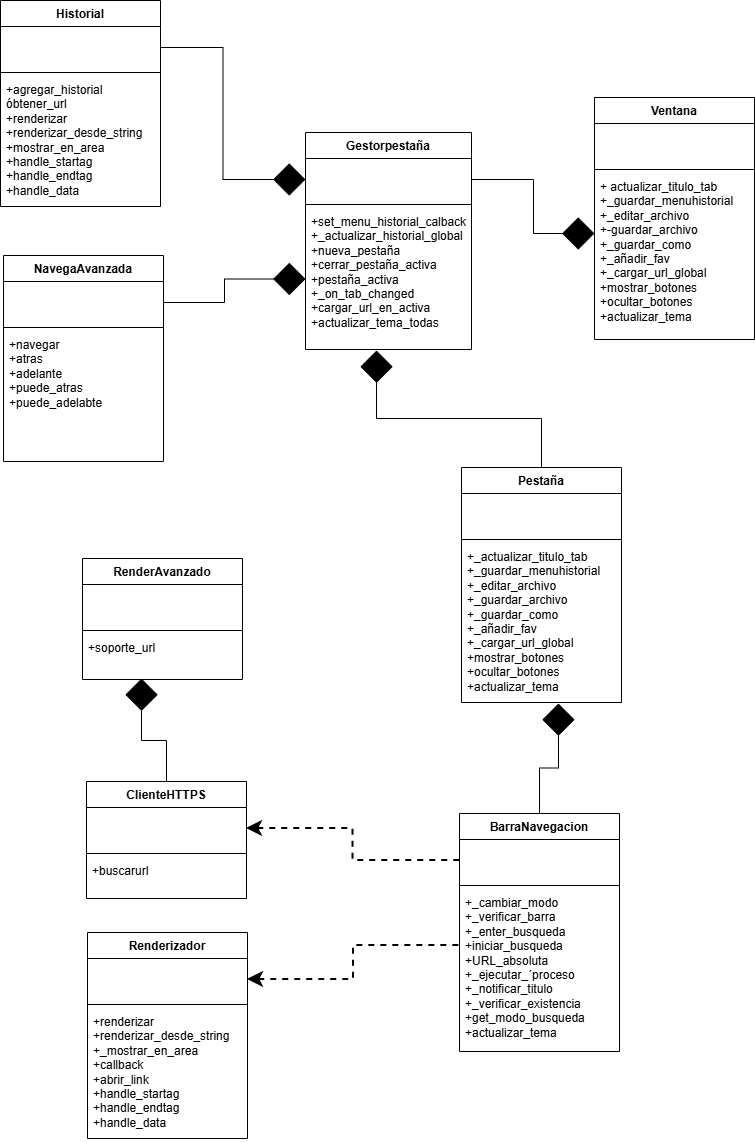
Earlier version of the draw.io export diagrama de clases unidad 3 proyecto.png (JoaquinUreta/agentes-del-mossad). Source tidied: cells renumbered, new cells last; positions are measured from the earlier drawing's top-left corner, leaving out a move shared by most shapes.
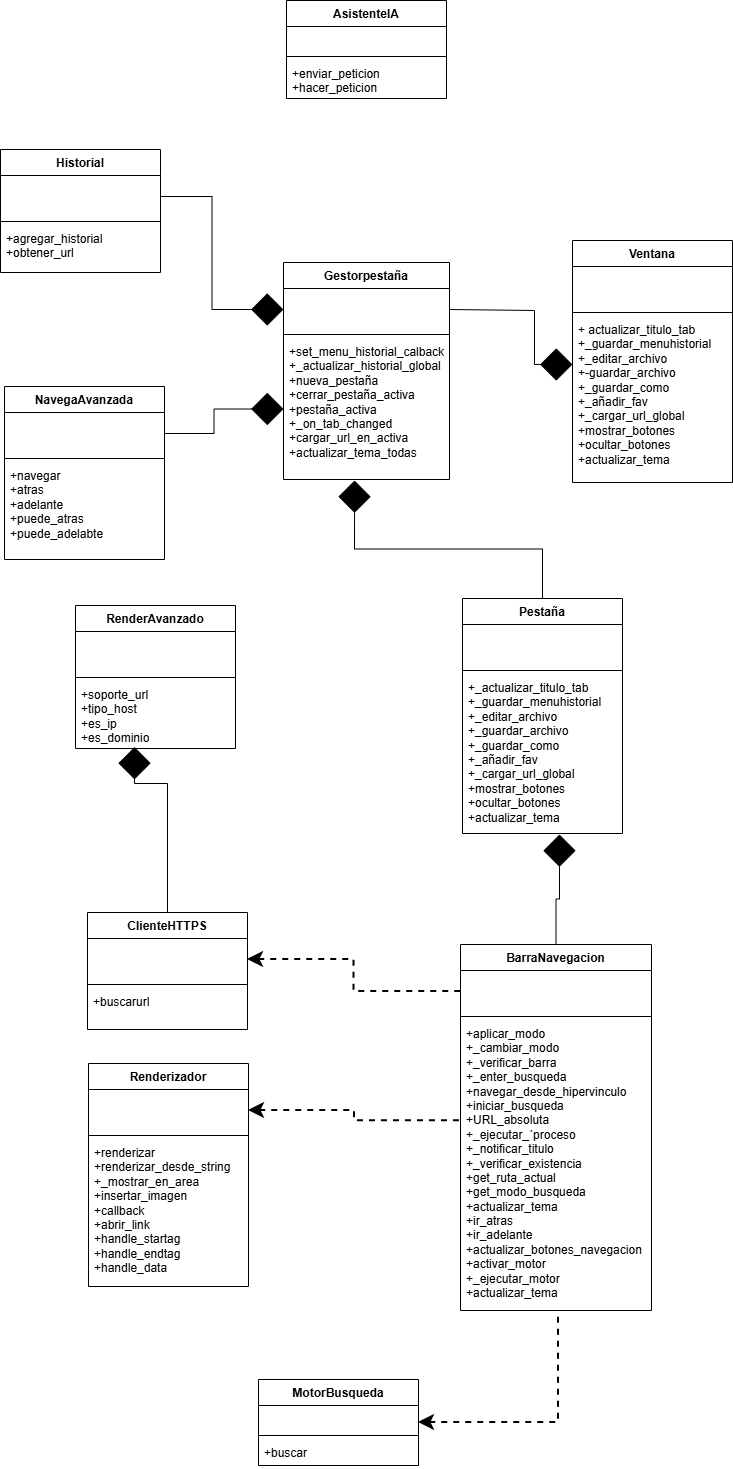
Above is the later version.

Commit message:
Actualizacion Diagrama clases,Mejoras Boton MotorBusqueda

Diff of the diagram source:
```diff
@@ -11,7 +11,7 @@
       </mxGeometry>
     </mxCell>
     <mxCell id="3" value="Ventana" style="swimlane;fontStyle=1;align=center;verticalAlign=top;horizontal=1;startSize=26;whiteSpace=wrap;html=1;" parent="1" vertex="1">
-      <mxGeometry x="594" y="97" width="160" height="242" as="geometry" />
+      <mxGeometry x="571" y="109" width="160" height="242" as="geometry" />
     </mxCell>
     <mxCell id="4" value="&lt;div&gt;&lt;br&gt;&lt;/div&gt;&lt;div&gt;&lt;br&gt;&lt;/div&gt;" style="text;strokeColor=none;fillColor=none;align=left;verticalAlign=top;spacingLeft=4;spacingRight=4;overflow=hidden;whiteSpace=wrap;html=1;" parent="3" vertex="1">
       <mxGeometry y="26" width="160" height="42" as="geometry" />
@@ -23,7 +23,7 @@
       <mxGeometry y="76" width="160" height="166" as="geometry" />
     </mxCell>
     <mxCell id="7" value="Gestorpestaña" style="swimlane;fontStyle=1;align=center;verticalAlign=top;horizontal=1;startSize=26;whiteSpace=wrap;html=1;" parent="1" vertex="1">
-      <mxGeometry x="305" y="132" width="166" height="217" as="geometry" />
+      <mxGeometry x="282" y="131" width="166" height="217" as="geometry" />
     </mxCell>
     <mxCell id="8" value="&lt;div&gt;&lt;br&gt;&lt;/div&gt;&lt;div&gt;&lt;br&gt;&lt;/div&gt;" style="text;strokeColor=none;fillColor=none;align=left;verticalAlign=top;spacingLeft=4;spacingRight=4;overflow=hidden;points=[[0,0.5],[1,0.5]];portConstraint=eastwest;whiteSpace=wrap;html=1;" parent="7" vertex="1">
       <mxGeometry y="26" width="166" height="42" as="geometry" />
@@ -47,19 +47,19 @@
       <mxGeometry y="76" width="160" height="159" as="geometry" />
     </mxCell>
     <mxCell id="15" value="BarraNavegacion" style="swimlane;fontStyle=1;align=center;verticalAlign=top;horizontal=1;startSize=26;whiteSpace=wrap;html=1;" parent="1" vertex="1">
-      <mxGeometry x="459" y="813" width="160" height="238" as="geometry" />
+      <mxGeometry x="459" y="813" width="191" height="366" as="geometry" />
     </mxCell>
     <mxCell id="16" value="&lt;div&gt;&lt;br&gt;&lt;/div&gt;&lt;div&gt;&lt;br&gt;&lt;/div&gt;" style="text;strokeColor=none;fillColor=none;align=left;verticalAlign=top;spacingLeft=4;spacingRight=4;overflow=hidden;points=[[0,0.5],[1,0.5]];portConstraint=eastwest;whiteSpace=wrap;html=1;" parent="15" vertex="1">
-      <mxGeometry y="26" width="160" height="42" as="geometry" />
+      <mxGeometry y="26" width="191" height="42" as="geometry" />
     </mxCell>
     <mxCell id="17" style="line;strokeWidth=1;fillColor=none;align=left;verticalAlign=middle;spacingTop=-1;spacingLeft=3;spacingRight=3;labelPosition=right;strokeColor=inherit;" parent="15" vertex="1">
-      <mxGeometry y="68" width="160" height="8" as="geometry" />
+      <mxGeometry y="68" width="191" height="8" as="geometry" />
     </mxCell>
-    <mxCell id="18" value="&lt;div&gt;+_cambiar_modo&lt;/div&gt;&lt;div&gt;+_verificar_barra&lt;/div&gt;&lt;div&gt;+_enter_busqueda&lt;/div&gt;&lt;div&gt;+iniciar_busqueda&lt;/div&gt;&lt;div&gt;+URL_absoluta&lt;/div&gt;&lt;div&gt;+_ejecutar_´proceso&lt;/div&gt;&lt;div&gt;+_notificar_titulo&lt;/div&gt;&lt;div&gt;+_verificar_existencia&lt;/div&gt;&lt;div&gt;+get_modo_busqueda&lt;/div&gt;&lt;div&gt;+actualizar_tema&lt;/div&gt;" style="text;strokeColor=none;fillColor=none;align=left;verticalAlign=top;spacingLeft=4;spacingRight=4;overflow=hidden;points=[[0,0.5],[1,0.5]];portConstraint=eastwest;whiteSpace=wrap;html=1;" parent="15" vertex="1">
-      <mxGeometry y="76" width="160" height="162" as="geometry" />
+    <mxCell id="18" value="&lt;div&gt;+aplicar_modo&lt;/div&gt;&lt;div&gt;+_cambiar_modo&lt;/div&gt;&lt;div&gt;+_verificar_barra&lt;/div&gt;&lt;div&gt;+_enter_busqueda&lt;/div&gt;&lt;div&gt;&lt;span style=&quot;background-color: transparent; color: light-dark(rgb(0, 0, 0), rgb(255, 255, 255));&quot;&gt;+navegar_desde_hipervinculo&lt;/span&gt;&lt;/div&gt;&lt;div&gt;&lt;div&gt;+iniciar_busqueda&lt;/div&gt;&lt;/div&gt;&lt;div&gt;+URL_absoluta&lt;/div&gt;&lt;div&gt;+_ejecutar_´proceso&lt;/div&gt;&lt;div&gt;+_notificar_titulo&lt;/div&gt;&lt;div&gt;+_verificar_existencia&lt;/div&gt;&lt;div&gt;+get_ruta_actual&lt;/div&gt;&lt;div&gt;+get_modo_busqueda&lt;/div&gt;&lt;div&gt;+actualizar_tema&lt;/div&gt;&lt;div&gt;+ir_atras&lt;/div&gt;&lt;div&gt;+ir_adelante&lt;/div&gt;&lt;div&gt;+actualizar_botones_navegacion&lt;/div&gt;&lt;div&gt;+activar_motor&lt;/div&gt;&lt;div&gt;+_ejecutar_motor&lt;/div&gt;&lt;div&gt;+actualizar_tema&lt;/div&gt;&lt;div&gt;&lt;br&gt;&lt;/div&gt;" style="text;strokeColor=none;fillColor=none;align=left;verticalAlign=top;spacingLeft=4;spacingRight=4;overflow=hidden;points=[[0,0.5],[1,0.5]];portConstraint=eastwest;whiteSpace=wrap;html=1;" parent="15" vertex="1">
+      <mxGeometry y="76" width="191" height="290" as="geometry" />
     </mxCell>
     <mxCell id="19" value="Historial" style="swimlane;fontStyle=1;align=center;verticalAlign=top;horizontal=1;startSize=26;whiteSpace=wrap;html=1;" parent="1" vertex="1">
-      <mxGeometry width="160" height="206" as="geometry" />
+      <mxGeometry x="-1" y="18" width="160" height="123" as="geometry" />
     </mxCell>
     <mxCell id="20" value="&lt;div&gt;&lt;br&gt;&lt;/div&gt;&lt;div&gt;&lt;br&gt;&lt;/div&gt;" style="text;strokeColor=none;fillColor=none;align=left;verticalAlign=top;spacingLeft=4;spacingRight=4;overflow=hidden;points=[[0,0.5],[1,0.5]];portConstraint=eastwest;whiteSpace=wrap;html=1;" parent="19" vertex="1">
       <mxGeometry y="26" width="160" height="42" as="geometry" />
@@ -67,8 +67,8 @@
     <mxCell id="21" style="line;strokeWidth=1;fillColor=none;align=left;verticalAlign=middle;spacingTop=-1;spacingLeft=3;spacingRight=3;labelPosition=right;strokeColor=inherit;" parent="19" vertex="1">
       <mxGeometry y="68" width="160" height="8" as="geometry" />
     </mxCell>
-    <mxCell id="22" value="&lt;div&gt;+agregar_historial&lt;/div&gt;&lt;div&gt;óbtener_url&lt;/div&gt;&lt;div&gt;+renderizar&lt;/div&gt;&lt;div&gt;+renderizar_desde_string&lt;/div&gt;&lt;div&gt;+mostrar_en_area&lt;/div&gt;&lt;div&gt;+&lt;span style=&quot;background-color: transparent; color: light-dark(rgb(0, 0, 0), rgb(255, 255, 255));&quot;&gt;handle_startag&lt;/span&gt;&lt;/div&gt;&lt;div&gt;+&lt;span style=&quot;color: light-dark(rgb(0, 0, 0), rgb(255, 255, 255)); background-color: transparent;&quot;&gt;handle_endtag&lt;/span&gt;&lt;span style=&quot;background-color: transparent; color: light-dark(rgb(0, 0, 0), rgb(255, 255, 255));&quot;&gt;&lt;/span&gt;&lt;/div&gt;&lt;div&gt;+&lt;span style=&quot;color: light-dark(rgb(0, 0, 0), rgb(255, 255, 255)); background-color: transparent;&quot;&gt;handle_data&lt;/span&gt;&lt;span style=&quot;color: light-dark(rgb(0, 0, 0), rgb(255, 255, 255)); background-color: transparent;&quot;&gt;&lt;/span&gt;&lt;/div&gt;" style="text;strokeColor=none;fillColor=none;align=left;verticalAlign=top;spacingLeft=4;spacingRight=4;overflow=hidden;whiteSpace=wrap;html=1;" parent="19" vertex="1">
-      <mxGeometry y="76" width="160" height="130" as="geometry" />
+    <mxCell id="22" value="&lt;div&gt;+agregar_historial&lt;/div&gt;&lt;div&gt;+obtener_url&lt;/div&gt;" style="text;strokeColor=none;fillColor=none;align=left;verticalAlign=top;spacingLeft=4;spacingRight=4;overflow=hidden;whiteSpace=wrap;html=1;" parent="19" vertex="1">
+      <mxGeometry y="76" width="160" height="47" as="geometry" />
     </mxCell>
     <mxCell id="23" value="ClienteHTTPS" style="swimlane;fontStyle=1;align=center;verticalAlign=top;horizontal=1;startSize=26;whiteSpace=wrap;html=1;" parent="1" vertex="1">
       <mxGeometry x="86" y="781" width="160" height="117" as="geometry" />
@@ -83,7 +83,7 @@
       <mxGeometry y="76" width="160" height="41" as="geometry" />
     </mxCell>
     <mxCell id="27" value="Renderizador" style="swimlane;fontStyle=1;align=center;verticalAlign=top;horizontal=1;startSize=26;whiteSpace=wrap;html=1;" parent="1" vertex="1">
-      <mxGeometry x="87" y="932" width="160" height="206" as="geometry" />
+      <mxGeometry x="87" y="932" width="160" height="223" as="geometry" />
     </mxCell>
     <mxCell id="28" value="&lt;div&gt;&lt;br&gt;&lt;/div&gt;&lt;div&gt;&lt;br&gt;&lt;/div&gt;" style="text;strokeColor=none;fillColor=none;align=left;verticalAlign=top;spacingLeft=4;spacingRight=4;overflow=hidden;points=[[0,0.5],[1,0.5]];portConstraint=eastwest;whiteSpace=wrap;html=1;" parent="27" vertex="1">
       <mxGeometry y="26" width="160" height="42" as="geometry" />
@@ -91,11 +91,11 @@
     <mxCell id="29" style="line;strokeWidth=1;fillColor=none;align=left;verticalAlign=middle;spacingTop=-1;spacingLeft=3;spacingRight=3;labelPosition=right;strokeColor=inherit;" parent="27" vertex="1">
       <mxGeometry y="68" width="160" height="8" as="geometry" />
     </mxCell>
-    <mxCell id="30" value="&lt;div&gt;+renderizar&lt;/div&gt;&lt;div&gt;+renderizar_desde_string&lt;/div&gt;&lt;div&gt;+_mostrar_en_area&lt;/div&gt;&lt;div&gt;+callback&lt;/div&gt;&lt;div&gt;+abrir_link&lt;/div&gt;&lt;div&gt;&lt;div&gt;+&lt;span style=&quot;background-color: transparent; color: light-dark(rgb(0, 0, 0), rgb(255, 255, 255));&quot;&gt;handle_startag&lt;/span&gt;&lt;/div&gt;&lt;div&gt;+&lt;span style=&quot;color: light-dark(rgb(0, 0, 0), rgb(255, 255, 255)); background-color: transparent;&quot;&gt;handle_endtag&lt;/span&gt;&lt;span style=&quot;background-color: transparent; color: light-dark(rgb(0, 0, 0), rgb(255, 255, 255));&quot;&gt;&lt;/span&gt;&lt;/div&gt;&lt;div&gt;+&lt;span style=&quot;color: light-dark(rgb(0, 0, 0), rgb(255, 255, 255)); background-color: transparent;&quot;&gt;handle_data&lt;/span&gt;&lt;/div&gt;&lt;/div&gt;" style="text;strokeColor=none;fillColor=none;align=left;verticalAlign=top;spacingLeft=4;spacingRight=4;overflow=hidden;whiteSpace=wrap;html=1;" parent="27" vertex="1">
-      <mxGeometry y="76" width="160" height="130" as="geometry" />
+    <mxCell id="30" value="&lt;div&gt;+renderizar&lt;/div&gt;&lt;div&gt;+renderizar_desde_string&lt;/div&gt;&lt;div&gt;+_mostrar_en_area&lt;/div&gt;&lt;div&gt;+insertar_imagen&lt;/div&gt;&lt;div&gt;+callback&lt;/div&gt;&lt;div&gt;+abrir_link&lt;/div&gt;&lt;div&gt;&lt;div&gt;+&lt;span style=&quot;background-color: transparent; color: light-dark(rgb(0, 0, 0), rgb(255, 255, 255));&quot;&gt;handle_startag&lt;/span&gt;&lt;/div&gt;&lt;div&gt;+&lt;span style=&quot;color: light-dark(rgb(0, 0, 0), rgb(255, 255, 255)); background-color: transparent;&quot;&gt;handle_endtag&lt;/span&gt;&lt;span style=&quot;background-color: transparent; color: light-dark(rgb(0, 0, 0), rgb(255, 255, 255));&quot;&gt;&lt;/span&gt;&lt;/div&gt;&lt;div&gt;+&lt;span style=&quot;color: light-dark(rgb(0, 0, 0), rgb(255, 255, 255)); background-color: transparent;&quot;&gt;handle_data&lt;/span&gt;&lt;/div&gt;&lt;/div&gt;" style="text;strokeColor=none;fillColor=none;align=left;verticalAlign=top;spacingLeft=4;spacingRight=4;overflow=hidden;whiteSpace=wrap;html=1;" parent="27" vertex="1">
+      <mxGeometry y="76" width="160" height="147" as="geometry" />
     </mxCell>
     <mxCell id="31" value="NavegaAvanzada" style="swimlane;fontStyle=1;align=center;verticalAlign=top;horizontal=1;startSize=26;whiteSpace=wrap;html=1;" parent="1" vertex="1">
-      <mxGeometry x="3" y="255" width="160" height="206" as="geometry" />
+      <mxGeometry x="3" y="255" width="160" height="173" as="geometry" />
     </mxCell>
     <mxCell id="32" value="&lt;div&gt;&lt;br&gt;&lt;/div&gt;&lt;div&gt;&lt;br&gt;&lt;/div&gt;" style="text;strokeColor=none;fillColor=none;align=left;verticalAlign=top;spacingLeft=4;spacingRight=4;overflow=hidden;points=[[0,0.5],[1,0.5]];portConstraint=eastwest;whiteSpace=wrap;html=1;" parent="31" vertex="1">
       <mxGeometry y="26" width="160" height="42" as="geometry" />
@@ -104,10 +104,10 @@
       <mxGeometry y="68" width="160" height="8" as="geometry" />
     </mxCell>
     <mxCell id="34" value="&lt;div&gt;+navegar&lt;/div&gt;&lt;div&gt;+atras&lt;/div&gt;&lt;div&gt;+adelante&lt;/div&gt;&lt;div&gt;+puede_atras&lt;/div&gt;&lt;div&gt;+puede_adelabte&lt;/div&gt;" style="text;strokeColor=none;fillColor=none;align=left;verticalAlign=top;spacingLeft=4;spacingRight=4;overflow=hidden;whiteSpace=wrap;html=1;" parent="31" vertex="1">
-      <mxGeometry y="76" width="160" height="130" as="geometry" />
+      <mxGeometry y="76" width="160" height="97" as="geometry" />
     </mxCell>
     <mxCell id="35" value="RenderAvanzado" style="swimlane;fontStyle=1;align=center;verticalAlign=top;horizontal=1;startSize=26;whiteSpace=wrap;html=1;" parent="1" vertex="1">
-      <mxGeometry x="82" y="558" width="160" height="121" as="geometry" />
+      <mxGeometry x="74" y="474" width="160" height="143" as="geometry" />
     </mxCell>
     <mxCell id="36" value="&lt;div&gt;&lt;br&gt;&lt;/div&gt;&lt;div&gt;&lt;br&gt;&lt;/div&gt;" style="text;strokeColor=none;fillColor=none;align=left;verticalAlign=top;spacingLeft=4;spacingRight=4;overflow=hidden;whiteSpace=wrap;html=1;" parent="35" vertex="1">
       <mxGeometry y="26" width="160" height="42" as="geometry" />
@@ -115,8 +115,8 @@
     <mxCell id="37" style="line;strokeWidth=1;fillColor=none;align=left;verticalAlign=middle;spacingTop=-1;spacingLeft=3;spacingRight=3;labelPosition=right;strokeColor=inherit;" parent="35" vertex="1">
       <mxGeometry y="68" width="160" height="8" as="geometry" />
     </mxCell>
-    <mxCell id="38" value="&lt;div&gt;+soporte_url&lt;/div&gt;" style="text;strokeColor=none;fillColor=none;align=left;verticalAlign=top;spacingLeft=4;spacingRight=4;overflow=hidden;points=[[0,0.5],[1,0.5]];portConstraint=eastwest;whiteSpace=wrap;html=1;" parent="35" vertex="1">
-      <mxGeometry y="76" width="160" height="45" as="geometry" />
+    <mxCell id="38" value="&lt;div&gt;+soporte_url&lt;/div&gt;&lt;div&gt;+tipo_host&lt;/div&gt;&lt;div&gt;+es_ip&lt;/div&gt;&lt;div&gt;+es_dominio&lt;/div&gt;" style="text;strokeColor=none;fillColor=none;align=left;verticalAlign=top;spacingLeft=4;spacingRight=4;overflow=hidden;points=[[0,0.5],[1,0.5]];portConstraint=eastwest;whiteSpace=wrap;html=1;" parent="35" vertex="1">
+      <mxGeometry y="76" width="160" height="67" as="geometry" />
     </mxCell>
     <mxCell id="39" style="edgeStyle=orthogonalEdgeStyle;rounded=0;jettySize=auto;html=1;entryX=0.428;entryY=1.007;entryDx=0;entryDy=0;entryPerimeter=0;endArrow=diamond;endFill=1;endSize=30;startSize=10;strokeWidth=1;" parent="1" edge="1" source="11" target="10">
       <mxGeometry relative="1" as="geometry" />
@@ -137,7 +137,41 @@
       <mxGeometry relative="1" as="geometry" />
     </mxCell>
     <mxCell id="45" style="edgeStyle=orthogonalEdgeStyle;rounded=0;jettySize=auto;html=1;entryX=0.369;entryY=0.978;entryDx=0;entryDy=0;entryPerimeter=0;endArrow=diamond;endFill=1;endSize=30;" parent="1" edge="1" source="23" target="38">
-      <mxGeometry relative="1" as="geometry" />
+      <mxGeometry relative="1" as="geometry">
+        <Array as="points">
+          <mxPoint x="166" y="652" />
+          <mxPoint x="133" y="652" />
+        </Array>
+      </mxGeometry>
     </mxCell>
+    <mxCell id="46" style="edgeStyle=orthogonalEdgeStyle;rounded=0;jettySize=auto;html=1;endArrow=none;endFill=0;startArrow=classic;startFill=1;dashed=1;strokeWidth=2;startSize=10;" parent="1" edge="1" source="47">
+      <mxGeometry relative="1" as="geometry">
+        <mxPoint x="557" y="1185" as="targetPoint" />
+      </mxGeometry>
+    </mxCell>
+    <mxCell id="47" value="MotorBusqueda" style="swimlane;fontStyle=1;align=center;verticalAlign=top;horizontal=1;startSize=26;whiteSpace=wrap;html=1;" parent="1" vertex="1">
+      <mxGeometry x="257" y="1248" width="160" height="86" as="geometry" />
+    </mxCell>
+    <mxCell id="48" value="&lt;br&gt;&lt;div&gt;&lt;br&gt;&lt;/div&gt;&lt;div&gt;&lt;br&gt;&lt;/div&gt;" style="text;strokeColor=none;fillColor=none;align=left;verticalAlign=top;spacingLeft=4;spacingRight=4;overflow=hidden;whiteSpace=wrap;html=1;" parent="47" vertex="1">
+      <mxGeometry y="26" width="160" height="26" as="geometry" />
+    </mxCell>
+    <mxCell id="49" style="line;strokeWidth=1;fillColor=none;align=left;verticalAlign=middle;spacingTop=-1;spacingLeft=3;spacingRight=3;labelPosition=right;strokeColor=inherit;" parent="47" vertex="1">
+      <mxGeometry y="52" width="160" height="8" as="geometry" />
+    </mxCell>
+    <mxCell id="50" value="+buscar" style="text;strokeColor=none;fillColor=none;align=left;verticalAlign=top;spacingLeft=4;spacingRight=4;overflow=hidden;whiteSpace=wrap;html=1;" parent="47" vertex="1">
+      <mxGeometry y="60" width="160" height="26" as="geometry" />
+    </mxCell>
+    <mxCell id="51" value="AsistenteIA" style="swimlane;fontStyle=1;align=center;verticalAlign=top;horizontal=1;startSize=26;whiteSpace=wrap;html=1;" parent="1" vertex="1">
+      <mxGeometry x="285" y="-131" width="160" height="98" as="geometry" />
+    </mxCell>
+    <mxCell id="52" value="&lt;br&gt;&lt;div&gt;&lt;br&gt;&lt;/div&gt;" style="text;strokeColor=none;fillColor=none;align=left;verticalAlign=top;spacingLeft=4;spacingRight=4;overflow=hidden;whiteSpace=wrap;html=1;" parent="51" vertex="1">
+      <mxGeometry y="26" width="160" height="26" as="geometry" />
+    </mxCell>
+    <mxCell id="53" style="line;strokeWidth=1;fillColor=none;align=left;verticalAlign=middle;spacingTop=-1;spacingLeft=3;spacingRight=3;labelPosition=right;strokeColor=inherit;" parent="51" vertex="1">
+      <mxGeometry y="52" width="160" height="8" as="geometry" />
+    </mxCell>
+    <mxCell id="54" value="+enviar_peticion&lt;div&gt;+hacer_peticion&lt;/div&gt;" style="text;strokeColor=none;fillColor=none;align=left;verticalAlign=top;spacingLeft=4;spacingRight=4;overflow=hidden;whiteSpace=wrap;html=1;" parent="51" vertex="1">
+      <mxGeometry y="60" width="160" height="38" as="geometry" />
+    </mxCell>
   </root>
 </mxGraphModel>
```
